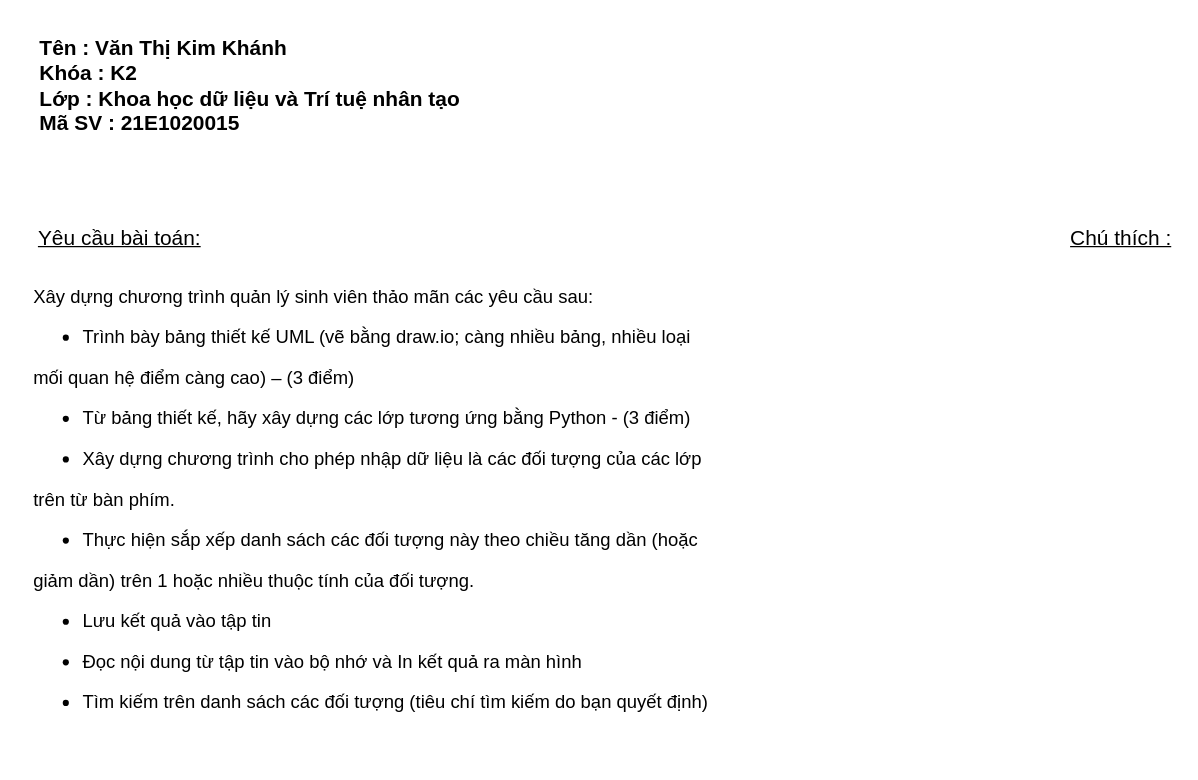
The draw.io diagram Bản vẽ thiết kế UML đồ án Python.drawio in VanThiKimKhanh/Van_Thi_Kim_Khanh_K2_KHDLTTNT_NNLT_PYTHON, before the edit. Source tidied: cells renumbered, new cells numbered last; positions are measured from the earlier drawing's top-left corner, leaving out a move shared by most shapes. Both pictures are drawn from the tidied source at 123%, with x=0, y=0 at pixel (21, 21).
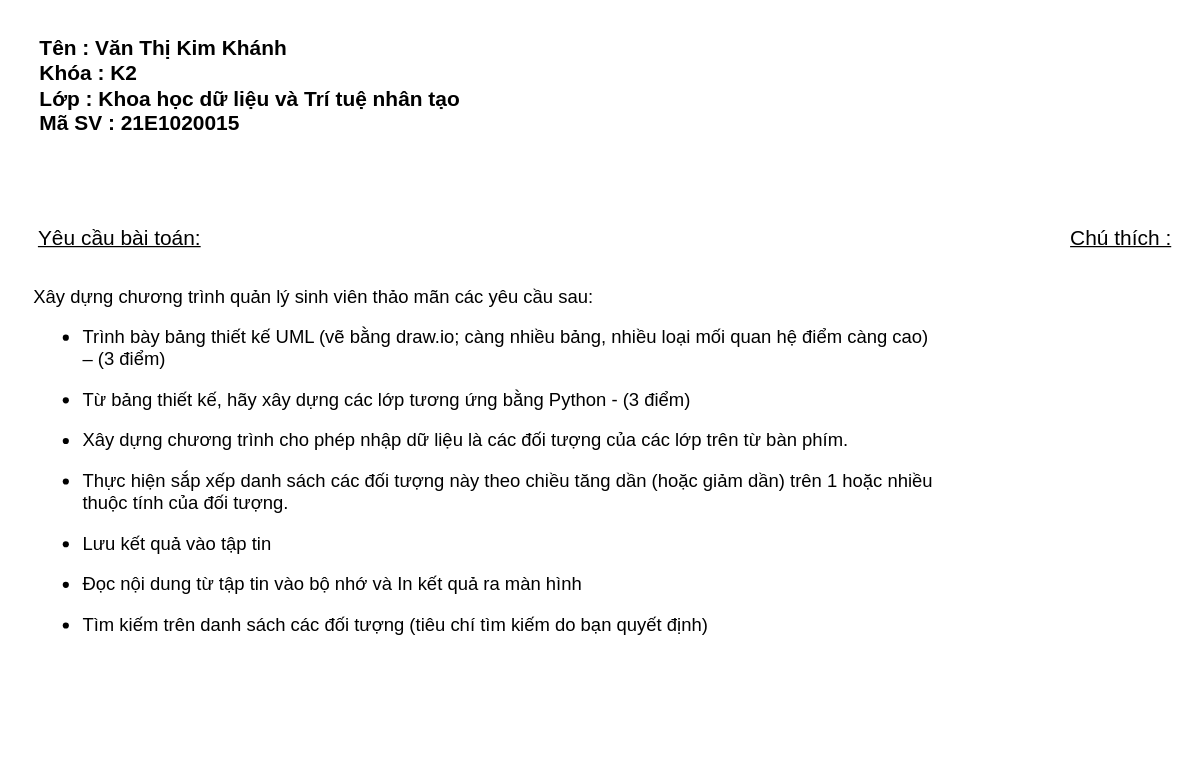
After the change.

Change to the diagram source:
```diff
@@
 <mxGraphModel>
   <root>
     <mxCell id="0" />
     <mxCell id="1" parent="0" />
     <mxCell id="2" value="Tên : Văn Thị Kim Khánh&lt;br style=&quot;font-size: 17px;&quot;&gt;Khóa : K2&lt;br style=&quot;font-size: 17px;&quot;&gt;Lớp : Khoa học dữ liệu và Trí tuệ nhân tạo&lt;br style=&quot;font-size: 17px;&quot;&gt;Mã SV : 21E1020015" style="text;html=1;align=left;verticalAlign=top;whiteSpace=wrap;rounded=0;fontSize=17;fontStyle=1;spacing=5;spacingTop=3;strokeWidth=0;" parent="1" vertex="1">
       <mxGeometry x="10" width="360" height="110" as="geometry" />
     </mxCell>
     <mxCell id="3" value="Yêu cầu bài toán:" style="text;html=1;strokeColor=none;fillColor=none;align=center;verticalAlign=bottom;whiteSpace=wrap;rounded=0;fontSize=17;fontStyle=4;spacing=3;spacingTop=0;" parent="1" vertex="1">
       <mxGeometry y="160" width="160" height="30" as="geometry" />
     </mxCell>
-    <mxCell id="4" value="&lt;div style=&quot;font-size: 15px&quot;&gt;Xây dựng chương trình quản lý sinh viên thảo mãn các yêu cầu sau:&lt;/div&gt;&lt;div style=&quot;font-size: 15px&quot;&gt;&lt;ul style=&quot;font-size: 15px&quot;&gt;&lt;li style=&quot;font-size: 15px&quot;&gt;Trình bày bảng thiết kế UML (vẽ bằng draw.io; càng nhiều bảng, nhiều loại&lt;/li&gt;&lt;/ul&gt;&lt;/div&gt;&lt;div style=&quot;font-size: 15px&quot;&gt;mối quan hệ điểm càng cao) – (3 điểm)&lt;/div&gt;&lt;div style=&quot;font-size: 15px&quot;&gt;&lt;ul style=&quot;font-size: 15px&quot;&gt;&lt;li style=&quot;font-size: 15px&quot;&gt;Từ bảng thiết kế, hãy xây dựng các lớp tương ứng bằng Python - (3 điểm)&lt;/li&gt;&lt;/ul&gt;&lt;/div&gt;&lt;div style=&quot;font-size: 15px&quot;&gt;&lt;ul style=&quot;font-size: 15px&quot;&gt;&lt;li style=&quot;font-size: 15px&quot;&gt;Xây dựng chương trình cho phép nhập dữ liệu là các đối tượng của các lớp&lt;/li&gt;&lt;/ul&gt;&lt;/div&gt;&lt;div style=&quot;font-size: 15px&quot;&gt;trên từ bàn phím.&lt;/div&gt;&lt;div style=&quot;font-size: 15px&quot;&gt;&lt;ul style=&quot;font-size: 15px&quot;&gt;&lt;li style=&quot;font-size: 15px&quot;&gt;Thực hiện sắp xếp danh sách các đối tượng này theo chiều tăng dần (hoặc&lt;/li&gt;&lt;/ul&gt;&lt;/div&gt;&lt;div style=&quot;font-size: 15px&quot;&gt;giảm dần) trên 1 hoặc nhiều thuộc tính của đối tượng.&lt;/div&gt;&lt;div style=&quot;font-size: 15px&quot;&gt;&lt;ul style=&quot;font-size: 15px&quot;&gt;&lt;li style=&quot;font-size: 15px&quot;&gt;Lưu kết quả vào tập tin&lt;/li&gt;&lt;/ul&gt;&lt;/div&gt;&lt;div style=&quot;font-size: 15px&quot;&gt;&lt;ul style=&quot;font-size: 15px&quot;&gt;&lt;li style=&quot;font-size: 15px&quot;&gt;Đọc nội dung từ tập tin vào bộ nhớ và In kết quả ra màn hình&lt;/li&gt;&lt;/ul&gt;&lt;/div&gt;&lt;div style=&quot;font-size: 15px&quot;&gt;&lt;ul style=&quot;font-size: 15px&quot;&gt;&lt;li style=&quot;font-size: 15px&quot;&gt;Tìm kiếm trên danh sách các đối tượng (tiêu chí tìm kiếm do bạn quyết định)&lt;/li&gt;&lt;/ul&gt;&lt;/div&gt;" style="text;html=1;strokeColor=none;fillColor=none;align=left;verticalAlign=top;whiteSpace=wrap;rounded=0;fontSize=15;spacing=0;spacingTop=0;spacingLeft=0;spacingBottom=0;" parent="1" vertex="1">
-      <mxGeometry x="10" y="210" width="660" height="390" as="geometry" />
+    <mxCell id="4" value="&lt;div style=&quot;font-size: 15px&quot;&gt;Xây dựng chương trình quản lý sinh viên thảo mãn các yêu cầu sau:&lt;/div&gt;&lt;div style=&quot;font-size: 15px&quot;&gt;&lt;ul style=&quot;font-size: 15px&quot;&gt;&lt;li style=&quot;font-size: 15px&quot;&gt;Trình bày bảng thiết kế UML (vẽ bằng draw.io; càng nhiều bảng, nhiều loại mối quan hệ điểm càng cao) – (3 điểm)&lt;/li&gt;&lt;/ul&gt;&lt;/div&gt;&lt;div style=&quot;font-size: 15px&quot;&gt;&lt;ul style=&quot;font-size: 15px&quot;&gt;&lt;li style=&quot;font-size: 15px&quot;&gt;Từ bảng thiết kế, hãy xây dựng các lớp tương ứng bằng Python - (3 điểm)&lt;/li&gt;&lt;/ul&gt;&lt;/div&gt;&lt;div style=&quot;font-size: 15px&quot;&gt;&lt;ul style=&quot;font-size: 15px&quot;&gt;&lt;li style=&quot;font-size: 15px&quot;&gt;Xây dựng chương trình cho phép nhập dữ liệu là các đối tượng của các lớp trên từ bàn phím.&lt;/li&gt;&lt;/ul&gt;&lt;/div&gt;&lt;div style=&quot;font-size: 15px&quot;&gt;&lt;ul style=&quot;font-size: 15px&quot;&gt;&lt;li style=&quot;font-size: 15px&quot;&gt;Thực hiện sắp xếp danh sách các đối tượng này theo chiều tăng dần (hoặc giảm dần) trên 1 hoặc nhiều thuộc tính của đối tượng.&lt;/li&gt;&lt;/ul&gt;&lt;/div&gt;&lt;div style=&quot;font-size: 15px&quot;&gt;&lt;ul style=&quot;font-size: 15px&quot;&gt;&lt;li style=&quot;font-size: 15px&quot;&gt;Lưu kết quả vào tập tin&lt;/li&gt;&lt;/ul&gt;&lt;/div&gt;&lt;div style=&quot;font-size: 15px&quot;&gt;&lt;ul style=&quot;font-size: 15px&quot;&gt;&lt;li style=&quot;font-size: 15px&quot;&gt;Đọc nội dung từ tập tin vào bộ nhớ và In kết quả ra màn hình&lt;/li&gt;&lt;/ul&gt;&lt;/div&gt;&lt;div style=&quot;font-size: 15px&quot;&gt;&lt;ul style=&quot;font-size: 15px&quot;&gt;&lt;li style=&quot;font-size: 15px&quot;&gt;Tìm kiếm trên danh sách các đối tượng (tiêu chí tìm kiếm do bạn quyết định)&lt;/li&gt;&lt;/ul&gt;&lt;/div&gt;" style="text;html=1;strokeColor=none;fillColor=none;align=left;verticalAlign=top;whiteSpace=wrap;rounded=0;fontSize=15;spacing=0;spacingTop=0;spacingLeft=0;spacingBottom=0;" parent="1" vertex="1">
+      <mxGeometry x="10" y="210" width="730" height="320" as="geometry" />
     </mxCell>
     <mxCell id="5" value="Chú thích :" style="text;html=1;strokeColor=none;fillColor=none;align=left;verticalAlign=bottom;whiteSpace=wrap;rounded=0;fontSize=17;fontStyle=4;spacing=3;" parent="1" vertex="1">
       <mxGeometry x="850" y="160" width="90" height="30" as="geometry" />
     </mxCell>
   </root>
 </mxGraphModel>
```
